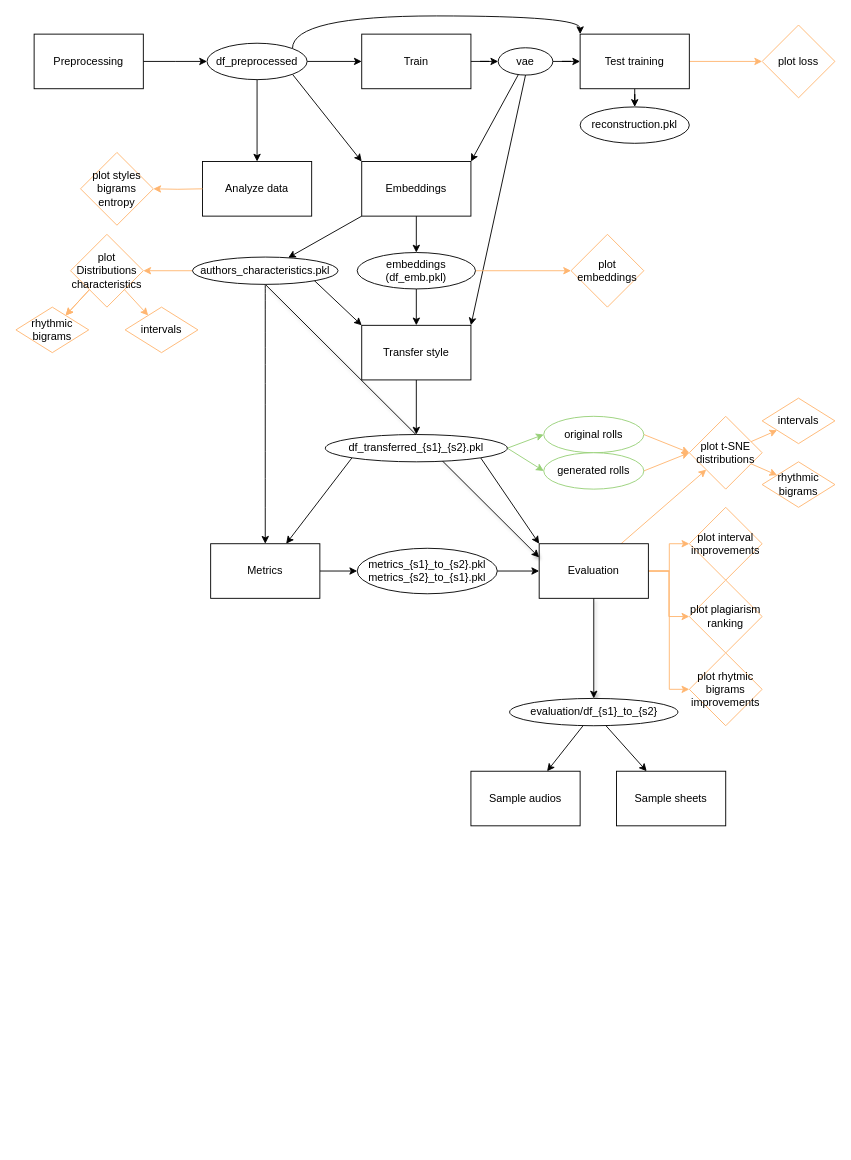
Before: docs/diagrama_style_transfer.drawio in LucasSom/style-transfer, a draw.io diagram. Source tidied: cells renumbered, new cells numbered last; positions are measured from the earlier drawing's top-left corner, leaving out a move shared by most shapes. Both pictures are drawn from the tidied source at 91%, with x=0, y=0 at pixel (15, 15).
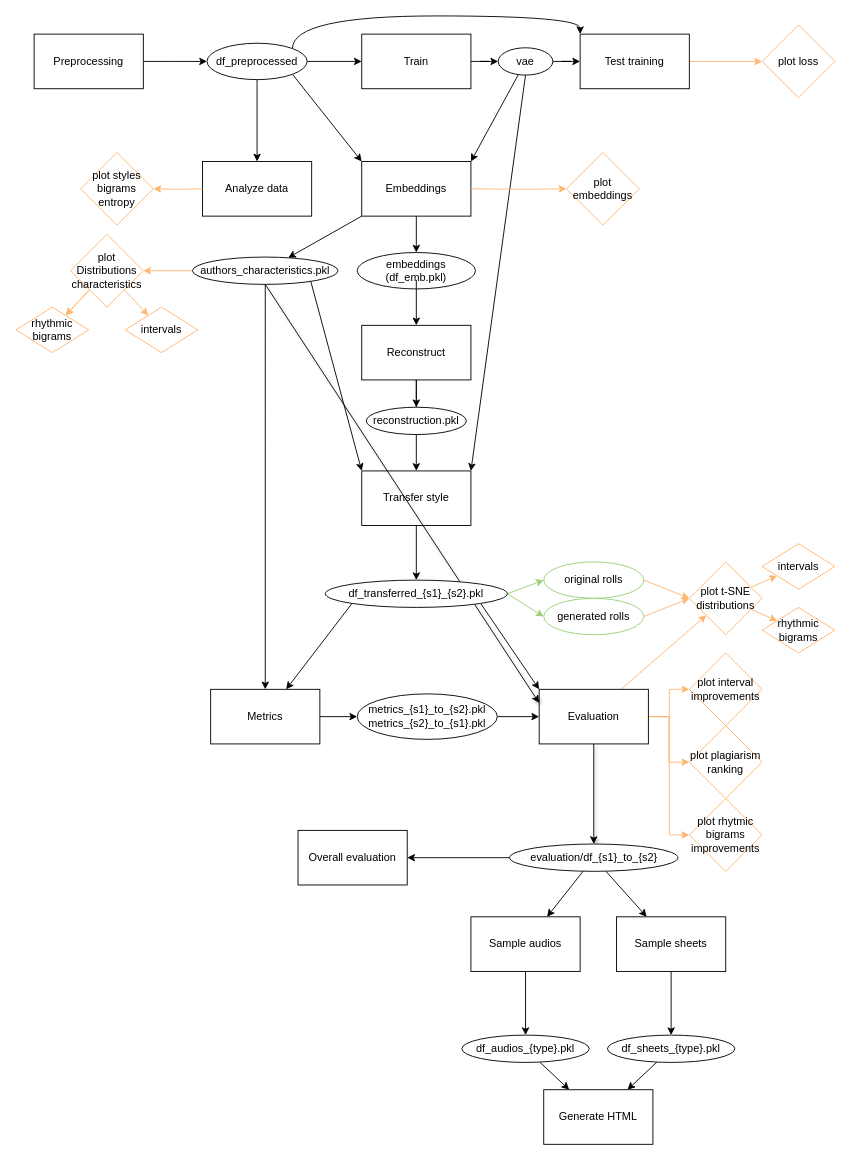
The same page after the edit.

Unchanged cells that the change refers to:
```xml
<mxCell id="8" value="Test training" style="rounded=0;whiteSpace=wrap;html=1;" parent="1" vertex="1">
  <mxGeometry x="620" y="20" width="120" height="60" as="geometry" />
</mxCell>
<mxCell id="38" value="embeddings (df_emb.pkl)" style="ellipse;whiteSpace=wrap;html=1;rounded=0;" parent="1" vertex="1">
  <mxGeometry x="375" y="260" width="130" height="40" as="geometry" />
</mxCell>
```

Change to the diagram source:
```diff
@@
-    <mxCell id="6" style="edgeStyle=orthogonalEdgeStyle;curved=1;rounded=0;jettySize=auto;html=1;startArrow=none;startFill=0;endArrow=classic;endFill=1;" parent="1" edge="1" source="8" target="48">
-      <mxGeometry relative="1" as="geometry" />
-    </mxCell>
@@
     <mxCell id="13" value="Transfer style" style="rounded=0;whiteSpace=wrap;html=1;" parent="1" vertex="1">
-      <mxGeometry x="380" y="340" width="120" height="60" as="geometry" />
+      <mxGeometry x="380" y="500" width="120" height="60" as="geometry" />
     </mxCell>
@@
     <mxCell id="19" value="Evaluation" style="rounded=0;whiteSpace=wrap;html=1;" parent="1" vertex="1">
-      <mxGeometry x="575" y="580" width="120" height="60" as="geometry" />
+      <mxGeometry x="575" y="740" width="120" height="60" as="geometry" />
     </mxCell>
@@
     <mxCell id="21" value="Metrics" style="rounded=0;whiteSpace=wrap;html=1;" parent="1" vertex="1">
-      <mxGeometry x="214" y="580" width="120" height="60" as="geometry" />
+      <mxGeometry x="214" y="740" width="120" height="60" as="geometry" />
     </mxCell>
@@
-    <mxCell id="31" style="edgeStyle=none;rounded=0;jettySize=auto;html=1;" parent="1" edge="1" target="13">
-      <mxGeometry relative="1" as="geometry">
-        <mxPoint x="440" y="290" as="sourcePoint" />
-      </mxGeometry>
+    <mxCell id="31" style="edgeStyle=none;rounded=0;jettySize=auto;html=1;" parent="1" edge="1" source="86" target="13">
+      <mxGeometry relative="1" as="geometry" />
     </mxCell>
     <mxCell id="32" style="edgeStyle=none;rounded=0;jettySize=auto;html=1;exitX=1;exitY=0.5;exitDx=0;exitDy=0;strokeColor=#FFB570;" parent="1" edge="1" source="33">
       <mxGeometry relative="1" as="geometry">
-        <mxPoint x="740" y="480" as="targetPoint" />
+        <mxPoint x="740" y="640" as="targetPoint" />
       </mxGeometry>
     </mxCell>
     <mxCell id="33" value="original rolls" style="ellipse;whiteSpace=wrap;html=1;strokeColor=#97D077;" parent="1" vertex="1">
-      <mxGeometry x="580" y="440" width="110" height="40" as="geometry" />
+      <mxGeometry x="580" y="600" width="110" height="40" as="geometry" />
     </mxCell>
@@
     <mxCell id="35" value="generated rolls" style="ellipse;whiteSpace=wrap;html=1;strokeColor=#97D077;" parent="1" vertex="1">
-      <mxGeometry x="580" y="480" width="110" height="40" as="geometry" />
+      <mxGeometry x="580" y="640" width="110" height="40" as="geometry" />
     </mxCell>
@@
-    <mxCell id="37" style="edgeStyle=orthogonalEdgeStyle;rounded=0;jettySize=auto;html=1;strokeColor=#FFB570;" parent="1" edge="1" source="38" target="62">
-      <mxGeometry relative="1" as="geometry" />
+    <mxCell id="37" style="edgeStyle=orthogonalEdgeStyle;rounded=0;jettySize=auto;html=1;strokeColor=#FFB570;" parent="1" edge="1" target="62">
+      <mxGeometry relative="1" as="geometry">
+        <mxPoint x="500" y="190" as="sourcePoint" />
+      </mxGeometry>
     </mxCell>
@@
     <mxCell id="47" value="df_transferred_{s1}_{s2}.pkl" style="ellipse;whiteSpace=wrap;html=1;rounded=0;" parent="1" vertex="1">
-      <mxGeometry x="340" y="460" width="200" height="30" as="geometry" />
+      <mxGeometry x="340" y="620" width="200" height="30" as="geometry" />
     </mxCell>
-    <mxCell id="48" value="reconstruction.pkl" style="ellipse;whiteSpace=wrap;html=1;rounded=0;" parent="1" vertex="1">
-      <mxGeometry x="620" y="100" width="120" height="40" as="geometry" />
-    </mxCell>
@@
     <mxCell id="50" value="metrics_{s1}_to_{s2}.pkl&lt;br&gt;metrics_{s2}_to_{s1}.pkl" style="ellipse;whiteSpace=wrap;html=1;rounded=0;" parent="1" vertex="1">
-      <mxGeometry x="375" y="585" width="154" height="50" as="geometry" />
+      <mxGeometry x="375" y="745" width="154" height="50" as="geometry" />
     </mxCell>
@@
+    <mxCell id="75" style="edgeStyle=none;shape=connector;rounded=0;jettySize=auto;html=1;labelBackgroundColor=default;strokeColor=default;fontFamily=Helvetica;fontSize=11;fontColor=default;endArrow=classic;" parent="1" edge="1" source="53" target="84">
+      <mxGeometry relative="1" as="geometry" />
+    </mxCell>
     <mxCell id="53" value="evaluation/df_{s1}_to_{s2}" style="ellipse;whiteSpace=wrap;html=1;rounded=0;" parent="1" vertex="1">
-      <mxGeometry x="542.5" y="750" width="185" height="30" as="geometry" />
+      <mxGeometry x="542.5" y="910" width="185" height="30" as="geometry" />
     </mxCell>
@@
     <mxCell id="59" value="plot interval improvements" style="rhombus;whiteSpace=wrap;html=1;rounded=0;strokeColor=#FFB570;" parent="1" vertex="1">
-      <mxGeometry x="740" y="540" width="80" height="80" as="geometry" />
+      <mxGeometry x="740" y="700" width="80" height="80" as="geometry" />
     </mxCell>
     <mxCell id="60" value="plot rhytmic bigrams improvements" style="rhombus;whiteSpace=wrap;html=1;rounded=0;strokeColor=#FFB570;" parent="1" vertex="1">
-      <mxGeometry x="740" y="700" width="80" height="80" as="geometry" />
+      <mxGeometry x="740" y="860" width="80" height="80" as="geometry" />
     </mxCell>
     <mxCell id="61" value="plot plagiarism ranking" style="rhombus;whiteSpace=wrap;html=1;rounded=0;strokeColor=#FFB570;" parent="1" vertex="1">
-      <mxGeometry x="740" y="620" width="80" height="80" as="geometry" />
+      <mxGeometry x="740" y="780" width="80" height="80" as="geometry" />
     </mxCell>
     <mxCell id="62" value="plot embeddings" style="rhombus;whiteSpace=wrap;html=1;rounded=0;strokeColor=#FFB570;" parent="1" vertex="1">
-      <mxGeometry x="610" y="240" width="80" height="80" as="geometry" />
+      <mxGeometry x="605" y="150" width="80" height="80" as="geometry" />
     </mxCell>
@@
+    <mxCell id="76" style="edgeStyle=none;shape=connector;rounded=0;jettySize=auto;html=1;labelBackgroundColor=default;strokeColor=default;fontFamily=Helvetica;fontSize=11;fontColor=default;endArrow=classic;" parent="1" edge="1" source="65" target="80">
+      <mxGeometry relative="1" as="geometry" />
+    </mxCell>
     <mxCell id="65" value="Sample audios" style="whiteSpace=wrap;html=1;rounded=0;" parent="1" vertex="1">
-      <mxGeometry x="500" y="830" width="120" height="60" as="geometry" />
+      <mxGeometry x="500" y="990" width="120" height="60" as="geometry" />
     </mxCell>
-    <mxCell id="66" value="Sample sheets" style="whiteSpace=wrap;html=1;rounded=0;" parent="1" vertex="1">
-      <mxGeometry x="660" y="830" width="120" height="60" as="geometry" />
-    </mxCell>
@@
     <mxCell id="69" value="plot t-SNE distributions" style="rhombus;whiteSpace=wrap;html=1;strokeColor=#FFB570;" parent="1" vertex="1">
-      <mxGeometry x="740" y="440" width="80" height="80" as="geometry" />
+      <mxGeometry x="740" y="600" width="80" height="80" as="geometry" />
     </mxCell>
     <mxCell id="70" value="intervals" style="rhombus;whiteSpace=wrap;html=1;rounded=0;strokeColor=#FFB570;" parent="1" vertex="1">
-      <mxGeometry x="820" y="420" width="80" height="50" as="geometry" />
+      <mxGeometry x="820" y="580" width="80" height="50" as="geometry" />
     </mxCell>
     <mxCell id="71" value="rhythmic bigrams" style="rhombus;whiteSpace=wrap;html=1;rounded=0;strokeColor=#FFB570;" parent="1" vertex="1">
-      <mxGeometry x="820" y="490" width="80" height="50" as="geometry" />
+      <mxGeometry x="820" y="650" width="80" height="50" as="geometry" />
     </mxCell>
@@
+    <mxCell id="77" style="edgeStyle=none;shape=connector;rounded=0;jettySize=auto;html=1;labelBackgroundColor=default;strokeColor=default;fontFamily=Helvetica;fontSize=11;fontColor=default;endArrow=classic;" parent="1" edge="1" source="86" target="48">
+      <mxGeometry relative="1" as="geometry" />
+    </mxCell>
+    <mxCell id="48" value="reconstruction.pkl" style="ellipse;whiteSpace=wrap;html=1;rounded=0;" parent="1" vertex="1">
+      <mxGeometry x="385" y="430" width="110" height="30" as="geometry" />
+    </mxCell>
+    <mxCell id="78" style="edgeStyle=none;shape=connector;rounded=0;jettySize=auto;html=1;labelBackgroundColor=default;strokeColor=default;fontFamily=Helvetica;fontSize=11;fontColor=default;endArrow=classic;" parent="1" edge="1" source="66" target="82">
+      <mxGeometry relative="1" as="geometry" />
+    </mxCell>
+    <mxCell id="66" value="Sample sheets" style="whiteSpace=wrap;html=1;rounded=0;" parent="1" vertex="1">
+      <mxGeometry x="660" y="990" width="120" height="60" as="geometry" />
+    </mxCell>
+    <mxCell id="79" style="edgeStyle=none;shape=connector;rounded=0;jettySize=auto;html=1;labelBackgroundColor=default;strokeColor=default;fontFamily=Helvetica;fontSize=11;fontColor=default;endArrow=classic;" parent="1" edge="1" source="80" target="83">
+      <mxGeometry relative="1" as="geometry" />
+    </mxCell>
+    <mxCell id="80" value="df_audios_{type}.pkl" style="ellipse;whiteSpace=wrap;html=1;rounded=0;" parent="1" vertex="1">
+      <mxGeometry x="490" y="1120" width="140" height="30" as="geometry" />
+    </mxCell>
+    <mxCell id="81" style="edgeStyle=none;shape=connector;rounded=0;jettySize=auto;html=1;labelBackgroundColor=default;strokeColor=default;fontFamily=Helvetica;fontSize=11;fontColor=default;endArrow=classic;" parent="1" edge="1" source="82" target="83">
+      <mxGeometry relative="1" as="geometry" />
+    </mxCell>
+    <mxCell id="82" value="df_sheets_{type}.pkl" style="ellipse;whiteSpace=wrap;html=1;rounded=0;" parent="1" vertex="1">
+      <mxGeometry x="650" y="1120" width="140" height="30" as="geometry" />
+    </mxCell>
+    <mxCell id="83" value="Generate HTML" style="whiteSpace=wrap;html=1;rounded=0;" parent="1" vertex="1">
+      <mxGeometry x="580" y="1180" width="120" height="60" as="geometry" />
+    </mxCell>
+    <mxCell id="84" value="Overall evaluation" style="whiteSpace=wrap;html=1;rounded=0;" parent="1" vertex="1">
+      <mxGeometry x="310" y="895" width="120" height="60" as="geometry" />
+    </mxCell>
+    <mxCell id="85" style="edgeStyle=none;rounded=0;jettySize=auto;html=1;" parent="1" edge="1" target="86">
+      <mxGeometry relative="1" as="geometry">
+        <mxPoint x="440" y="290" as="sourcePoint" />
+      </mxGeometry>
+    </mxCell>
+    <mxCell id="86" value="Reconstruct" style="rounded=0;whiteSpace=wrap;html=1;" parent="1" vertex="1">
+      <mxGeometry x="380" y="340" width="120" height="60" as="geometry" />
+    </mxCell>
```
